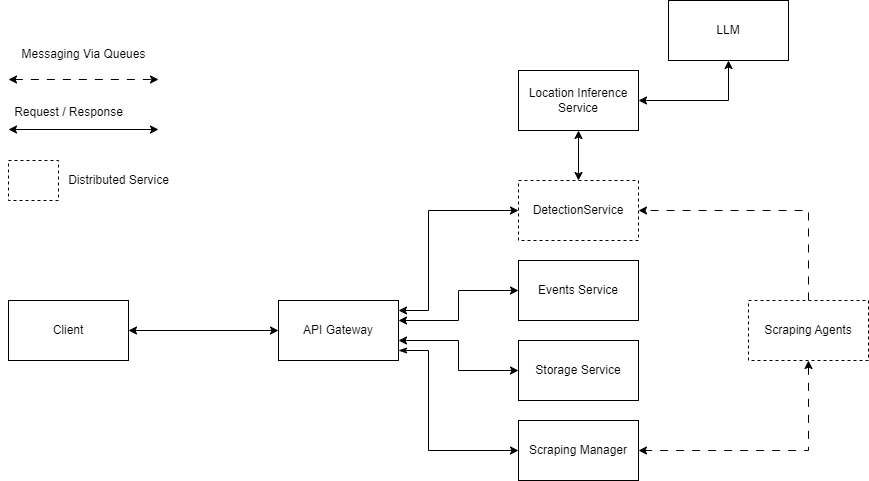
HasanKhadd0ur/GPDocs keeps this draw.io diagram as System Design/System Architecture-Design-2.png. Above is the earlier version. Source tidied: cells renumbered, new cells last; positions are measured from the earlier drawing's top-left corner, leaving out a move shared by most shapes.
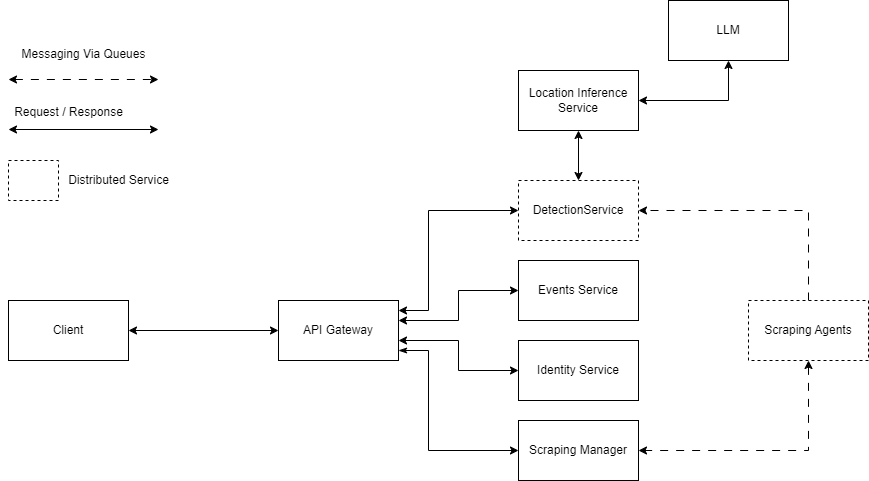
After the change.

Diff of the diagram source:
```diff
@@ -33,7 +33,7 @@
     <mxCell id="10" value="Scraping Manager" style="rounded=0;whiteSpace=wrap;html=1;" parent="1" vertex="1">
       <mxGeometry x="515" y="420" width="120" height="60" as="geometry" />
     </mxCell>
-    <mxCell id="11" value="Storage Service" style="rounded=0;whiteSpace=wrap;html=1;" parent="1" vertex="1">
+    <mxCell id="11" value="Identity Service" style="rounded=0;whiteSpace=wrap;html=1;" parent="1" vertex="1">
       <mxGeometry x="515" y="340" width="120" height="60" as="geometry" />
     </mxCell>
     <mxCell id="12" value="Events Service" style="rounded=0;whiteSpace=wrap;html=1;" parent="1" vertex="1">
```
